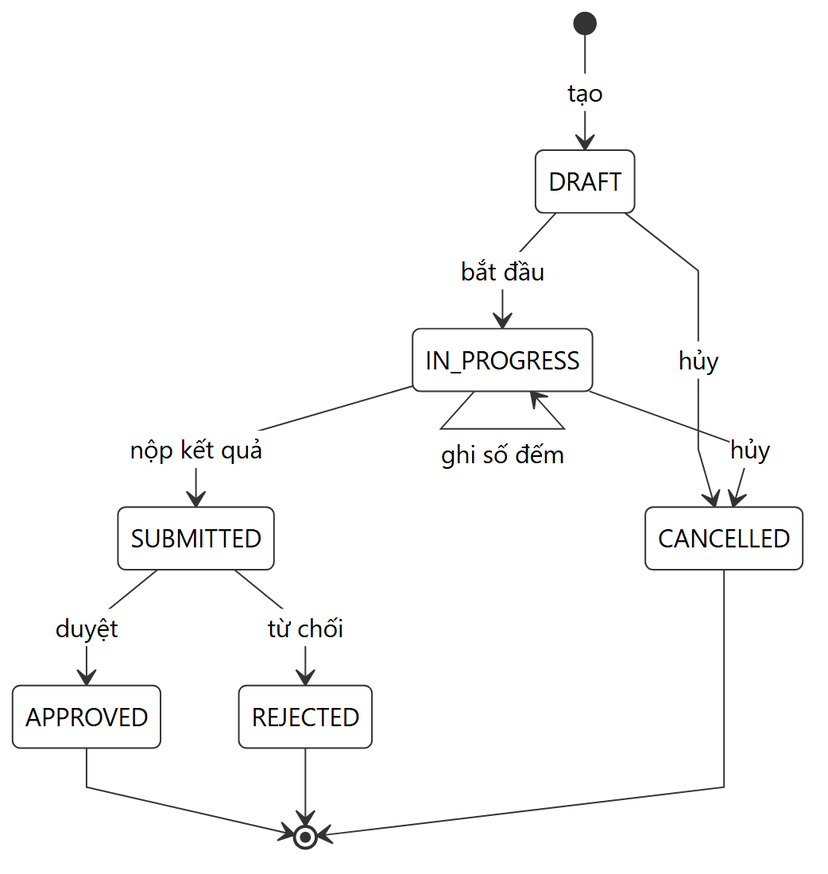
Before: docs/diagrams/35_3-3-4_chuc-nang-kiem-ke-stock-count_state.png, a diagram exported from Mermaid (nguyenthihongnhu-dotcom/luanvan2026). Its source is kept beside it as docs/diagrams/35_3-3-4_chuc-nang-kiem-ke-stock-count_state.mmd. Its diagram source:
```mermaid
stateDiagram-v2
    [*] --> DRAFT: tạo
    DRAFT --> IN_PROGRESS: bắt đầu
    IN_PROGRESS --> IN_PROGRESS: ghi số đếm
    IN_PROGRESS --> SUBMITTED: nộp kết quả
    SUBMITTED --> APPROVED: duyệt
    SUBMITTED --> REJECTED: từ chối
    DRAFT --> CANCELLED: hủy
    IN_PROGRESS --> CANCELLED: hủy
    APPROVED --> [*]
    REJECTED --> [*]
    CANCELLED --> [*]
```
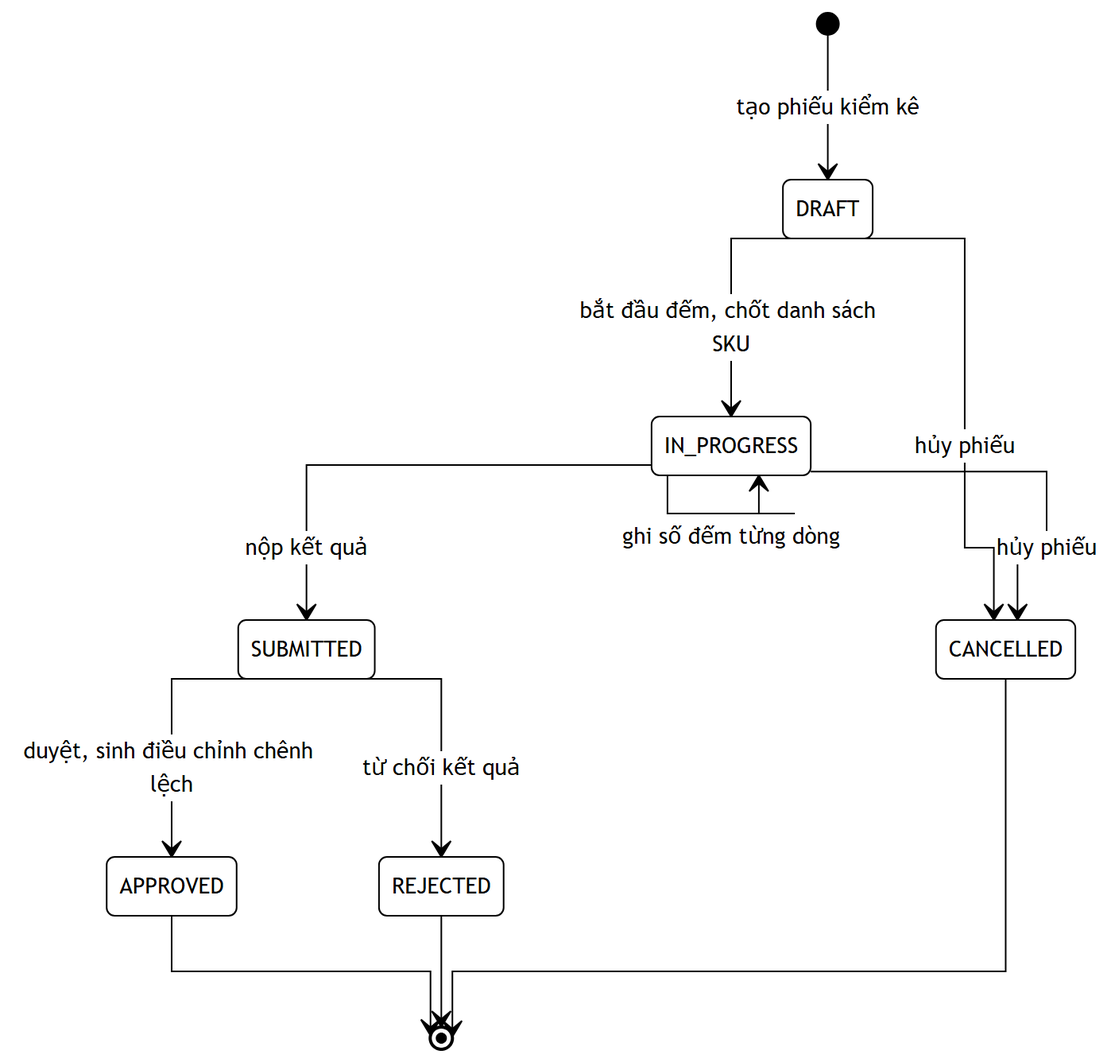
After the change.

What changed in the source:
```diff
@@ -1,12 +1,37 @@
+%%{init: {
+  'theme': 'base',
+  'themeVariables': {
+    'primaryColor': '#ffffff',
+    'primaryBorderColor': '#000000',
+    'primaryTextColor': '#000000',
+    'secondaryColor': '#ffffff',
+    'secondaryBorderColor': '#000000',
+    'secondaryTextColor': '#000000',
+    'tertiaryColor': '#ffffff',
+    'tertiaryBorderColor': '#000000',
+    'tertiaryTextColor': '#000000',
+    'lineColor': '#000000',
+    'textColor': '#000000',
+    'mainBkg': '#ffffff',
+    'nodeBorder': '#000000',
+    'clusterBkg': '#ffffff',
+    'clusterBorder': '#000000',
+    'edgeLabelBackground': '#ffffff',
+    'fontSize': '14px',
+    'labelBackgroundColor': '#ffffff'
+  },
+  'flowchart': { 'curve': 'stepAfter', 'nodeSpacing': 60, 'rankSpacing': 70, 'padding': 12 },
+  'state': { 'padding': 12, 'useMaxWidth': false }
+}}%%
 stateDiagram-v2
-    [*] --> DRAFT: tạo
-    DRAFT --> IN_PROGRESS: bắt đầu
-    IN_PROGRESS --> IN_PROGRESS: ghi số đếm
+    [*] --> DRAFT: tạo phiếu kiểm kê
+    DRAFT --> IN_PROGRESS: bắt đầu đếm, chốt danh sách SKU
+    DRAFT --> CANCELLED: hủy phiếu
+    IN_PROGRESS --> IN_PROGRESS: ghi số đếm từng dòng
     IN_PROGRESS --> SUBMITTED: nộp kết quả
-    SUBMITTED --> APPROVED: duyệt
-    SUBMITTED --> REJECTED: từ chối
-    DRAFT --> CANCELLED: hủy
-    IN_PROGRESS --> CANCELLED: hủy
+    IN_PROGRESS --> CANCELLED: hủy phiếu
+    SUBMITTED --> APPROVED: duyệt, sinh điều chỉnh chênh lệch
+    SUBMITTED --> REJECTED: từ chối kết quả
     APPROVED --> [*]
     REJECTED --> [*]
     CANCELLED --> [*]
```
